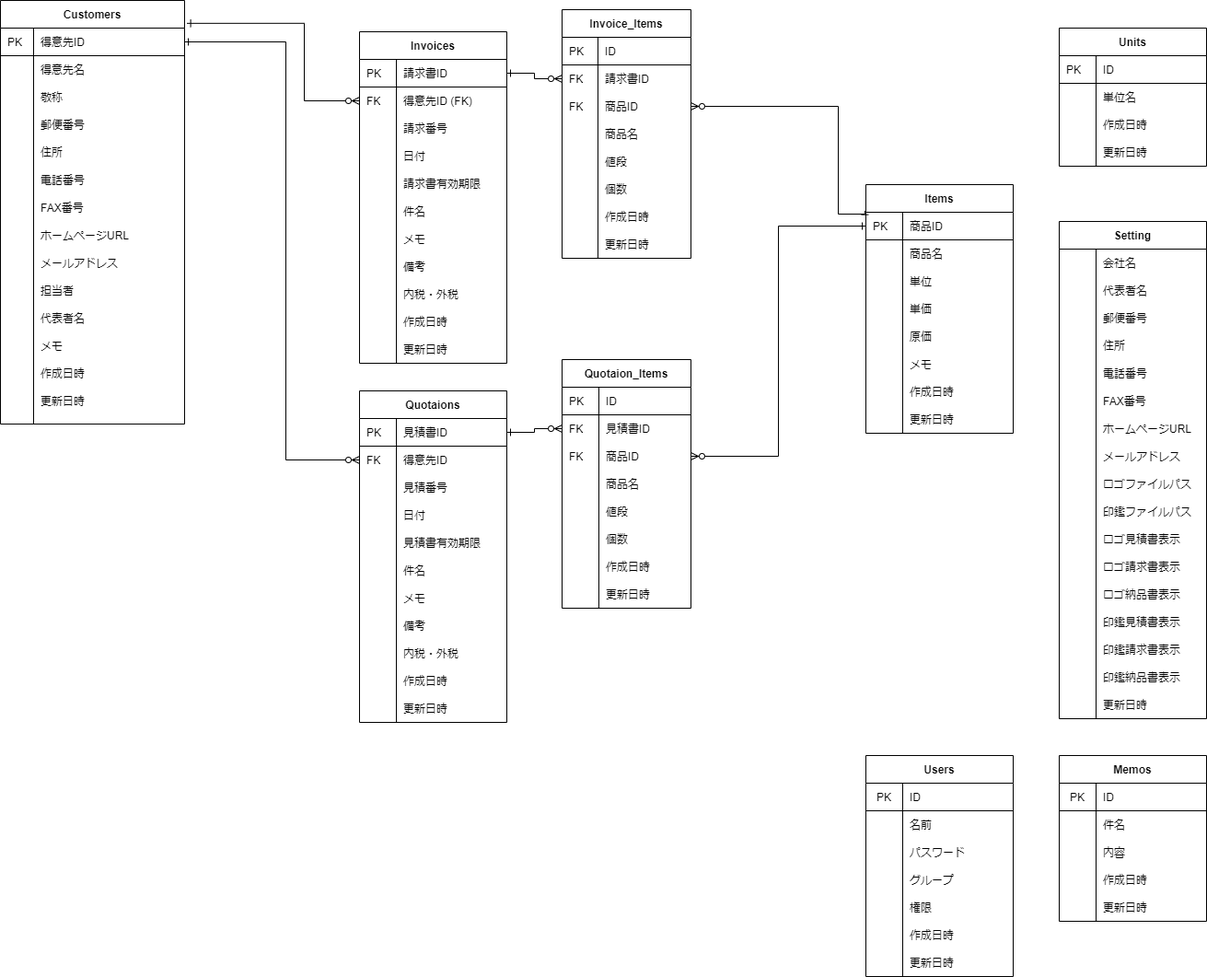
Earlier version of the draw.io export soho_er.png (gamasenninn/caddie-clone). Source tidied: cells renumbered, new cells last; positions are measured from the earlier drawing's top-left corner, leaving out a move shared by most shapes.
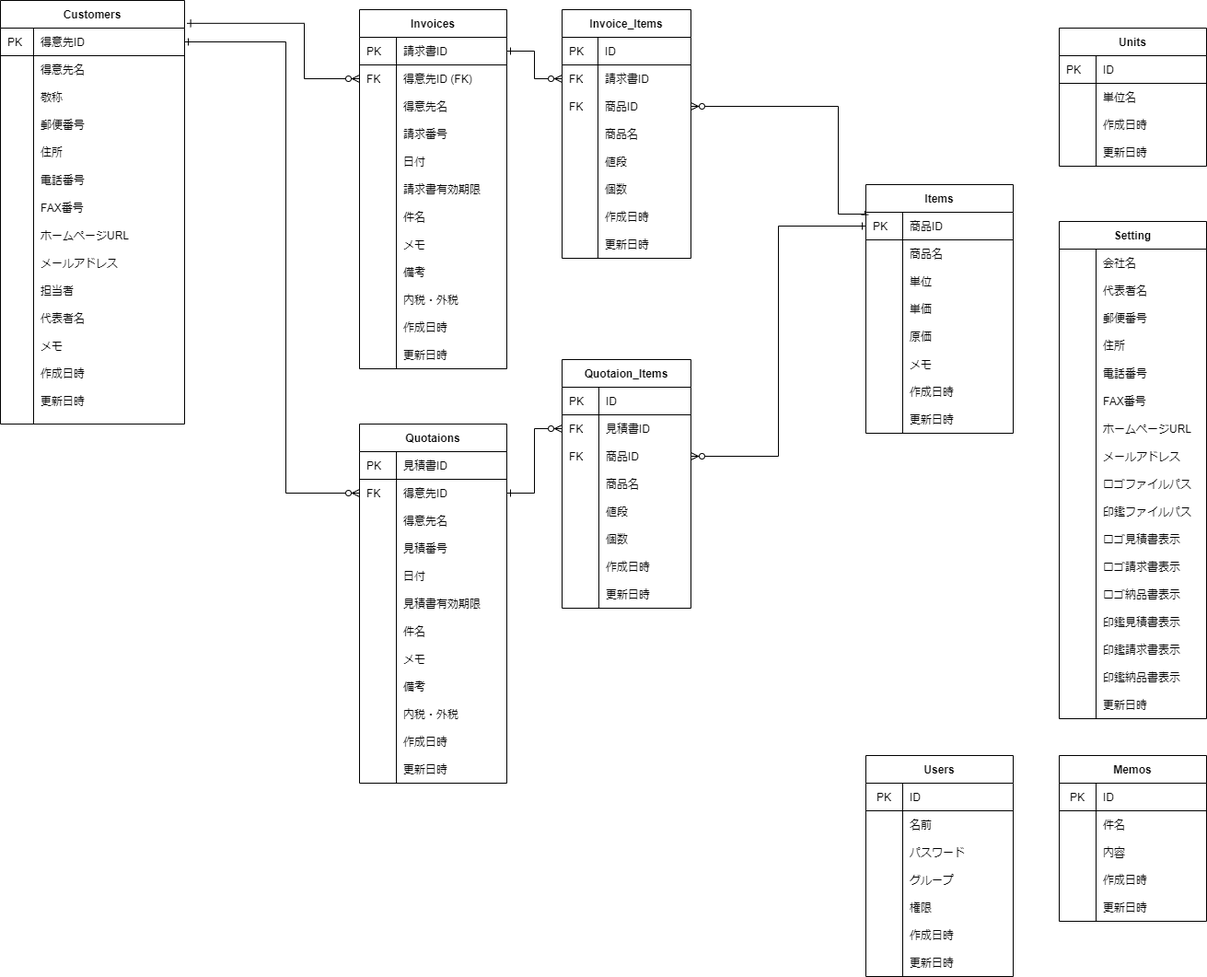
Above is the later version.

Diff of the diagram source:
```diff
@@ -207,7 +207,7 @@
       <mxGeometry x="40" width="120" height="30" as="geometry" />
     </mxCell>
     <mxCell id="70" value="Invoices" style="shape=table;startSize=30;rowLines=0;fontStyle=1;align=center;" parent="1" vertex="1">
-      <mxGeometry x="390" y="34" width="160" height="360" as="geometry" />
+      <mxGeometry x="390" y="10" width="160" height="390" as="geometry" />
     </mxCell>
     <mxCell id="71" style="shape=partialRectangle;html=1;whiteSpace=wrap;fillColor=none;top=0;left=0;bottom=1;right=0;points=[[0,0.5],[1,0.5]];portConstraint=eastwest;" parent="70" vertex="1">
       <mxGeometry y="30" width="160" height="30" as="geometry" />
@@ -227,8 +227,17 @@
     <mxCell id="76" value="得意先ID (FK)" style="shape=partialRectangle;html=1;whiteSpace=wrap;fillColor=none;top=0;left=0;bottom=0;right=0;align=left;spacingLeft=6;overflow=hidden;" parent="74" vertex="1">
       <mxGeometry x="40" width="120" height="30" as="geometry" />
     </mxCell>
+    <mxCell id="297" style="shape=partialRectangle;html=1;whiteSpace=wrap;fillColor=none;top=0;left=0;bottom=0;right=0;" parent="70" vertex="1">
+      <mxGeometry y="90" width="160" height="30" as="geometry" />
+    </mxCell>
+    <mxCell id="298" style="shape=partialRectangle;html=1;whiteSpace=wrap;fillColor=none;top=0;left=0;bottom=0;right=0;align=left;spacingLeft=6;overflow=hidden;" parent="297" vertex="1">
+      <mxGeometry width="40" height="30" as="geometry" />
+    </mxCell>
+    <mxCell id="299" value="得意先名" style="shape=partialRectangle;html=1;whiteSpace=wrap;fillColor=none;top=0;left=0;bottom=0;right=0;align=left;spacingLeft=6;overflow=hidden;" parent="297" vertex="1">
+      <mxGeometry x="40" width="120" height="30" as="geometry" />
+    </mxCell>
     <mxCell id="77" style="shape=partialRectangle;html=1;whiteSpace=wrap;fillColor=none;top=0;left=0;bottom=0;right=0;" parent="70" vertex="1">
-      <mxGeometry y="90" width="160" height="30" as="geometry" />
+      <mxGeometry y="120" width="160" height="30" as="geometry" />
     </mxCell>
     <mxCell id="78" style="shape=partialRectangle;html=1;whiteSpace=wrap;fillColor=none;top=0;left=0;bottom=0;right=0;align=left;spacingLeft=6;overflow=hidden;" parent="77" vertex="1">
       <mxGeometry width="40" height="30" as="geometry" />
@@ -237,7 +246,7 @@
       <mxGeometry x="40" width="120" height="30" as="geometry" />
     </mxCell>
     <mxCell id="80" style="shape=partialRectangle;html=1;whiteSpace=wrap;fillColor=none;top=0;left=0;bottom=0;right=0;" parent="70" vertex="1">
-      <mxGeometry y="120" width="160" height="30" as="geometry" />
+      <mxGeometry y="150" width="160" height="30" as="geometry" />
     </mxCell>
     <mxCell id="81" style="shape=partialRectangle;html=1;whiteSpace=wrap;fillColor=none;top=0;left=0;bottom=0;right=0;align=left;spacingLeft=6;overflow=hidden;" parent="80" vertex="1">
       <mxGeometry width="40" height="30" as="geometry" />
@@ -246,7 +255,7 @@
       <mxGeometry x="40" width="120" height="30" as="geometry" />
     </mxCell>
     <mxCell id="83" style="shape=partialRectangle;html=1;whiteSpace=wrap;fillColor=none;top=0;left=0;bottom=0;right=0;" parent="70" vertex="1">
-      <mxGeometry y="150" width="160" height="30" as="geometry" />
+      <mxGeometry y="180" width="160" height="30" as="geometry" />
     </mxCell>
     <mxCell id="84" style="shape=partialRectangle;html=1;whiteSpace=wrap;fillColor=none;top=0;left=0;bottom=0;right=0;align=left;spacingLeft=6;overflow=hidden;" parent="83" vertex="1">
       <mxGeometry width="40" height="30" as="geometry" />
@@ -255,7 +264,7 @@
       <mxGeometry x="40" width="120" height="30" as="geometry" />
     </mxCell>
     <mxCell id="86" style="shape=partialRectangle;html=1;whiteSpace=wrap;fillColor=none;top=0;left=0;bottom=0;right=0;" parent="70" vertex="1">
-      <mxGeometry y="180" width="160" height="30" as="geometry" />
+      <mxGeometry y="210" width="160" height="30" as="geometry" />
     </mxCell>
     <mxCell id="87" style="shape=partialRectangle;html=1;whiteSpace=wrap;fillColor=none;top=0;left=0;bottom=0;right=0;align=left;spacingLeft=6;overflow=hidden;" parent="86" vertex="1">
       <mxGeometry width="40" height="30" as="geometry" />
@@ -264,7 +273,7 @@
       <mxGeometry x="40" width="120" height="30" as="geometry" />
     </mxCell>
     <mxCell id="89" style="shape=partialRectangle;html=1;whiteSpace=wrap;fillColor=none;top=0;left=0;bottom=0;right=0;" parent="70" vertex="1">
-      <mxGeometry y="210" width="160" height="30" as="geometry" />
+      <mxGeometry y="240" width="160" height="30" as="geometry" />
     </mxCell>
     <mxCell id="90" style="shape=partialRectangle;html=1;whiteSpace=wrap;fillColor=none;top=0;left=0;bottom=0;right=0;align=left;spacingLeft=6;overflow=hidden;" parent="89" vertex="1">
       <mxGeometry width="40" height="30" as="geometry" />
@@ -273,7 +282,7 @@
       <mxGeometry x="40" width="120" height="30" as="geometry" />
     </mxCell>
     <mxCell id="92" style="shape=partialRectangle;html=1;whiteSpace=wrap;fillColor=none;top=0;left=0;bottom=0;right=0;" parent="70" vertex="1">
-      <mxGeometry y="240" width="160" height="30" as="geometry" />
+      <mxGeometry y="270" width="160" height="30" as="geometry" />
     </mxCell>
     <mxCell id="93" style="shape=partialRectangle;html=1;whiteSpace=wrap;fillColor=none;top=0;left=0;bottom=0;right=0;align=left;spacingLeft=6;overflow=hidden;" parent="92" vertex="1">
       <mxGeometry width="40" height="30" as="geometry" />
@@ -282,7 +291,7 @@
       <mxGeometry x="40" width="120" height="30" as="geometry" />
     </mxCell>
     <mxCell id="95" style="shape=partialRectangle;html=1;whiteSpace=wrap;fillColor=none;top=0;left=0;bottom=0;right=0;" parent="70" vertex="1">
-      <mxGeometry y="270" width="160" height="30" as="geometry" />
+      <mxGeometry y="300" width="160" height="30" as="geometry" />
     </mxCell>
     <mxCell id="96" style="shape=partialRectangle;html=1;whiteSpace=wrap;fillColor=none;top=0;left=0;bottom=0;right=0;align=left;spacingLeft=6;overflow=hidden;" parent="95" vertex="1">
       <mxGeometry width="40" height="30" as="geometry" />
@@ -291,7 +300,7 @@
       <mxGeometry x="40" width="120" height="30" as="geometry" />
     </mxCell>
     <mxCell id="98" style="shape=partialRectangle;html=1;whiteSpace=wrap;fillColor=none;top=0;left=0;bottom=0;right=0;" parent="70" vertex="1">
-      <mxGeometry y="300" width="160" height="30" as="geometry" />
+      <mxGeometry y="330" width="160" height="30" as="geometry" />
     </mxCell>
     <mxCell id="99" style="shape=partialRectangle;html=1;whiteSpace=wrap;fillColor=none;top=0;left=0;bottom=0;right=0;align=left;spacingLeft=6;overflow=hidden;" parent="98" vertex="1">
       <mxGeometry width="40" height="30" as="geometry" />
@@ -300,7 +309,7 @@
       <mxGeometry x="40" width="120" height="30" as="geometry" />
     </mxCell>
     <mxCell id="101" style="shape=partialRectangle;html=1;whiteSpace=wrap;fillColor=none;top=0;left=0;bottom=0;right=0;" parent="70" vertex="1">
-      <mxGeometry y="330" width="160" height="30" as="geometry" />
+      <mxGeometry y="360" width="160" height="30" as="geometry" />
     </mxCell>
     <mxCell id="102" style="shape=partialRectangle;html=1;whiteSpace=wrap;fillColor=none;top=0;left=0;bottom=0;right=0;align=left;spacingLeft=6;overflow=hidden;" parent="101" vertex="1">
       <mxGeometry width="40" height="30" as="geometry" />
@@ -384,7 +393,7 @@
       <mxGeometry x="39" width="101" height="30" as="geometry" />
     </mxCell>
     <mxCell id="129" value="Quotaions" style="shape=table;startSize=30;rowLines=0;fontStyle=1;align=center;" parent="1" vertex="1">
-      <mxGeometry x="390" y="424" width="160" height="360" as="geometry" />
+      <mxGeometry x="390" y="460" width="160" height="390" as="geometry" />
     </mxCell>
     <mxCell id="130" style="shape=partialRectangle;html=1;whiteSpace=wrap;fillColor=none;top=0;left=0;bottom=1;right=0;points=[[0,0.5],[1,0.5]];portConstraint=eastwest;" parent="129" vertex="1">
       <mxGeometry y="30" width="160" height="30" as="geometry" />
@@ -404,8 +413,17 @@
     <mxCell id="135" value="得意先ID&amp;nbsp;" style="shape=partialRectangle;html=1;whiteSpace=wrap;fillColor=none;top=0;left=0;bottom=0;right=0;align=left;spacingLeft=6;overflow=hidden;" parent="133" vertex="1">
       <mxGeometry x="40" width="120" height="30" as="geometry" />
     </mxCell>
+    <mxCell id="300" style="shape=partialRectangle;html=1;whiteSpace=wrap;fillColor=none;top=0;left=0;bottom=0;right=0;" parent="129" vertex="1">
+      <mxGeometry y="90" width="160" height="30" as="geometry" />
+    </mxCell>
+    <mxCell id="301" style="shape=partialRectangle;html=1;whiteSpace=wrap;fillColor=none;top=0;left=0;bottom=0;right=0;align=left;spacingLeft=6;overflow=hidden;" parent="300" vertex="1">
+      <mxGeometry width="40" height="30" as="geometry" />
+    </mxCell>
+    <mxCell id="302" value="得意先名" style="shape=partialRectangle;html=1;whiteSpace=wrap;fillColor=none;top=0;left=0;bottom=0;right=0;align=left;spacingLeft=6;overflow=hidden;" parent="300" vertex="1">
+      <mxGeometry x="40" width="120" height="30" as="geometry" />
+    </mxCell>
     <mxCell id="136" style="shape=partialRectangle;html=1;whiteSpace=wrap;fillColor=none;top=0;left=0;bottom=0;right=0;" parent="129" vertex="1">
-      <mxGeometry y="90" width="160" height="30" as="geometry" />
+      <mxGeometry y="120" width="160" height="30" as="geometry" />
     </mxCell>
     <mxCell id="137" style="shape=partialRectangle;html=1;whiteSpace=wrap;fillColor=none;top=0;left=0;bottom=0;right=0;align=left;spacingLeft=6;overflow=hidden;" parent="136" vertex="1">
       <mxGeometry width="40" height="30" as="geometry" />
@@ -414,7 +432,7 @@
       <mxGeometry x="40" width="120" height="30" as="geometry" />
     </mxCell>
     <mxCell id="139" style="shape=partialRectangle;html=1;whiteSpace=wrap;fillColor=none;top=0;left=0;bottom=0;right=0;" parent="129" vertex="1">
-      <mxGeometry y="120" width="160" height="30" as="geometry" />
+      <mxGeometry y="150" width="160" height="30" as="geometry" />
     </mxCell>
     <mxCell id="140" style="shape=partialRectangle;html=1;whiteSpace=wrap;fillColor=none;top=0;left=0;bottom=0;right=0;align=left;spacingLeft=6;overflow=hidden;" parent="139" vertex="1">
       <mxGeometry width="40" height="30" as="geometry" />
@@ -423,7 +441,7 @@
       <mxGeometry x="40" width="120" height="30" as="geometry" />
     </mxCell>
     <mxCell id="142" style="shape=partialRectangle;html=1;whiteSpace=wrap;fillColor=none;top=0;left=0;bottom=0;right=0;" parent="129" vertex="1">
-      <mxGeometry y="150" width="160" height="30" as="geometry" />
+      <mxGeometry y="180" width="160" height="30" as="geometry" />
     </mxCell>
     <mxCell id="143" style="shape=partialRectangle;html=1;whiteSpace=wrap;fillColor=none;top=0;left=0;bottom=0;right=0;align=left;spacingLeft=6;overflow=hidden;" parent="142" vertex="1">
       <mxGeometry width="40" height="30" as="geometry" />
@@ -432,7 +450,7 @@
       <mxGeometry x="40" width="120" height="30" as="geometry" />
     </mxCell>
     <mxCell id="145" style="shape=partialRectangle;html=1;whiteSpace=wrap;fillColor=none;top=0;left=0;bottom=0;right=0;" parent="129" vertex="1">
-      <mxGeometry y="180" width="160" height="30" as="geometry" />
+      <mxGeometry y="210" width="160" height="30" as="geometry" />
     </mxCell>
     <mxCell id="146" style="shape=partialRectangle;html=1;whiteSpace=wrap;fillColor=none;top=0;left=0;bottom=0;right=0;align=left;spacingLeft=6;overflow=hidden;" parent="145" vertex="1">
       <mxGeometry width="40" height="30" as="geometry" />
@@ -441,7 +459,7 @@
       <mxGeometry x="40" width="120" height="30" as="geometry" />
     </mxCell>
     <mxCell id="148" style="shape=partialRectangle;html=1;whiteSpace=wrap;fillColor=none;top=0;left=0;bottom=0;right=0;" parent="129" vertex="1">
-      <mxGeometry y="210" width="160" height="30" as="geometry" />
+      <mxGeometry y="240" width="160" height="30" as="geometry" />
     </mxCell>
     <mxCell id="149" style="shape=partialRectangle;html=1;whiteSpace=wrap;fillColor=none;top=0;left=0;bottom=0;right=0;align=left;spacingLeft=6;overflow=hidden;" parent="148" vertex="1">
       <mxGeometry width="40" height="30" as="geometry" />
@@ -450,7 +468,7 @@
       <mxGeometry x="40" width="120" height="30" as="geometry" />
     </mxCell>
     <mxCell id="151" style="shape=partialRectangle;html=1;whiteSpace=wrap;fillColor=none;top=0;left=0;bottom=0;right=0;" parent="129" vertex="1">
-      <mxGeometry y="240" width="160" height="30" as="geometry" />
+      <mxGeometry y="270" width="160" height="30" as="geometry" />
     </mxCell>
     <mxCell id="152" style="shape=partialRectangle;html=1;whiteSpace=wrap;fillColor=none;top=0;left=0;bottom=0;right=0;align=left;spacingLeft=6;overflow=hidden;" parent="151" vertex="1">
       <mxGeometry width="40" height="30" as="geometry" />
@@ -459,7 +477,7 @@
       <mxGeometry x="40" width="120" height="30" as="geometry" />
     </mxCell>
     <mxCell id="154" style="shape=partialRectangle;html=1;whiteSpace=wrap;fillColor=none;top=0;left=0;bottom=0;right=0;" parent="129" vertex="1">
-      <mxGeometry y="270" width="160" height="30" as="geometry" />
+      <mxGeometry y="300" width="160" height="30" as="geometry" />
     </mxCell>
     <mxCell id="155" style="shape=partialRectangle;html=1;whiteSpace=wrap;fillColor=none;top=0;left=0;bottom=0;right=0;align=left;spacingLeft=6;overflow=hidden;" parent="154" vertex="1">
       <mxGeometry width="40" height="30" as="geometry" />
@@ -468,7 +486,7 @@
       <mxGeometry x="40" width="120" height="30" as="geometry" />
     </mxCell>
     <mxCell id="157" style="shape=partialRectangle;html=1;whiteSpace=wrap;fillColor=none;top=0;left=0;bottom=0;right=0;" parent="129" vertex="1">
-      <mxGeometry y="300" width="160" height="30" as="geometry" />
+      <mxGeometry y="330" width="160" height="30" as="geometry" />
     </mxCell>
     <mxCell id="158" style="shape=partialRectangle;html=1;whiteSpace=wrap;fillColor=none;top=0;left=0;bottom=0;right=0;align=left;spacingLeft=6;overflow=hidden;" parent="157" vertex="1">
       <mxGeometry width="40" height="30" as="geometry" />
@@ -477,7 +495,7 @@
       <mxGeometry x="40" width="120" height="30" as="geometry" />
     </mxCell>
     <mxCell id="160" style="shape=partialRectangle;html=1;whiteSpace=wrap;fillColor=none;top=0;left=0;bottom=0;right=0;" parent="129" vertex="1">
-      <mxGeometry y="330" width="160" height="30" as="geometry" />
+      <mxGeometry y="360" width="160" height="30" as="geometry" />
     </mxCell>
     <mxCell id="161" style="shape=partialRectangle;html=1;whiteSpace=wrap;fillColor=none;top=0;left=0;bottom=0;right=0;align=left;spacingLeft=6;overflow=hidden;" parent="160" vertex="1">
       <mxGeometry width="40" height="30" as="geometry" />
@@ -758,7 +776,7 @@
     <mxCell id="253" style="edgeStyle=orthogonalEdgeStyle;rounded=0;jettySize=auto;html=1;exitX=0;exitY=0.5;exitDx=0;exitDy=0;entryX=1.013;entryY=0.054;entryDx=0;entryDy=0;startArrow=ERzeroToMany;startFill=1;endArrow=ERone;endFill=0;entryPerimeter=0;" parent="1" edge="1" source="74" target="2">
       <mxGeometry relative="1" as="geometry">
         <Array as="points">
-          <mxPoint x="330" y="109" />
+          <mxPoint x="330" y="85" />
           <mxPoint x="330" y="25" />
         </Array>
       </mxGeometry>
@@ -766,7 +784,7 @@
     <mxCell id="254" style="edgeStyle=orthogonalEdgeStyle;rounded=0;jettySize=auto;html=1;exitX=0;exitY=0.5;exitDx=0;exitDy=0;entryX=1;entryY=0.5;entryDx=0;entryDy=0;startArrow=ERzeroToMany;startFill=1;endArrow=ERone;endFill=0;" parent="1" edge="1" source="133" target="3">
       <mxGeometry relative="1" as="geometry">
         <Array as="points">
-          <mxPoint x="310" y="499" />
+          <mxPoint x="310" y="535" />
           <mxPoint x="310" y="45" />
         </Array>
       </mxGeometry>
@@ -774,7 +792,7 @@
     <mxCell id="255" style="edgeStyle=orthogonalEdgeStyle;rounded=0;jettySize=auto;html=1;exitX=0;exitY=0.5;exitDx=0;exitDy=0;entryX=1;entryY=0.5;entryDx=0;entryDy=0;startArrow=ERzeroToMany;startFill=1;endArrow=ERone;endFill=0;" parent="1" edge="1" source="108" target="71">
       <mxGeometry relative="1" as="geometry" />
     </mxCell>
-    <mxCell id="256" style="edgeStyle=orthogonalEdgeStyle;rounded=0;jettySize=auto;html=1;exitX=0;exitY=0.5;exitDx=0;exitDy=0;entryX=1;entryY=0.5;entryDx=0;entryDy=0;startArrow=ERzeroToMany;startFill=1;endArrow=ERone;endFill=0;" parent="1" edge="1" source="167" target="130">
+    <mxCell id="256" style="edgeStyle=orthogonalEdgeStyle;rounded=0;jettySize=auto;html=1;exitX=0;exitY=0.5;exitDx=0;exitDy=0;entryX=1;entryY=0.5;entryDx=0;entryDy=0;startArrow=ERzeroToMany;startFill=1;endArrow=ERone;endFill=0;" parent="1" edge="1" source="167" target="133">
       <mxGeometry relative="1" as="geometry" />
     </mxCell>
     <mxCell id="257" style="edgeStyle=orthogonalEdgeStyle;rounded=0;jettySize=auto;html=1;exitX=-0.007;exitY=0.106;exitDx=0;exitDy=0;startArrow=ERone;startFill=0;endArrow=ERzeroToMany;endFill=1;exitPerimeter=0;entryX=1;entryY=0.5;entryDx=0;entryDy=0;" parent="1" edge="1" source="45" target="111">
```
